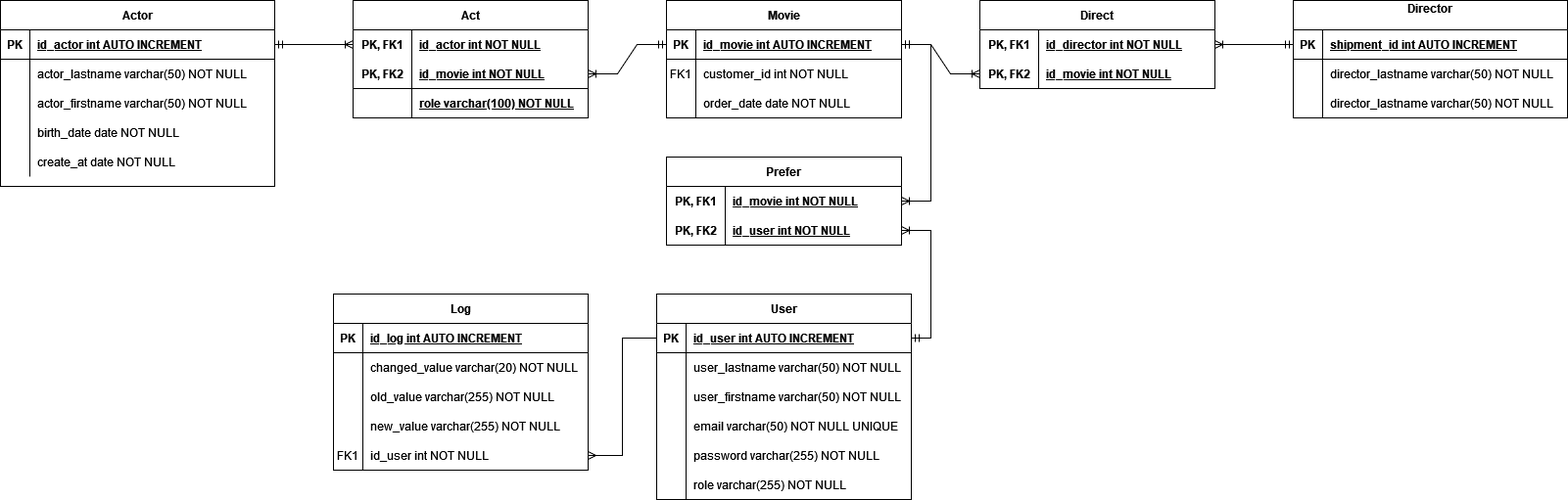
Before: Merise/MPD.png, a diagram exported from draw.io (Sarah-Katz/CDA-Brief-Merise). Source tidied: cells renumbered, new cells last; positions are measured from the earlier drawing's top-left corner, leaving out a move shared by most shapes.
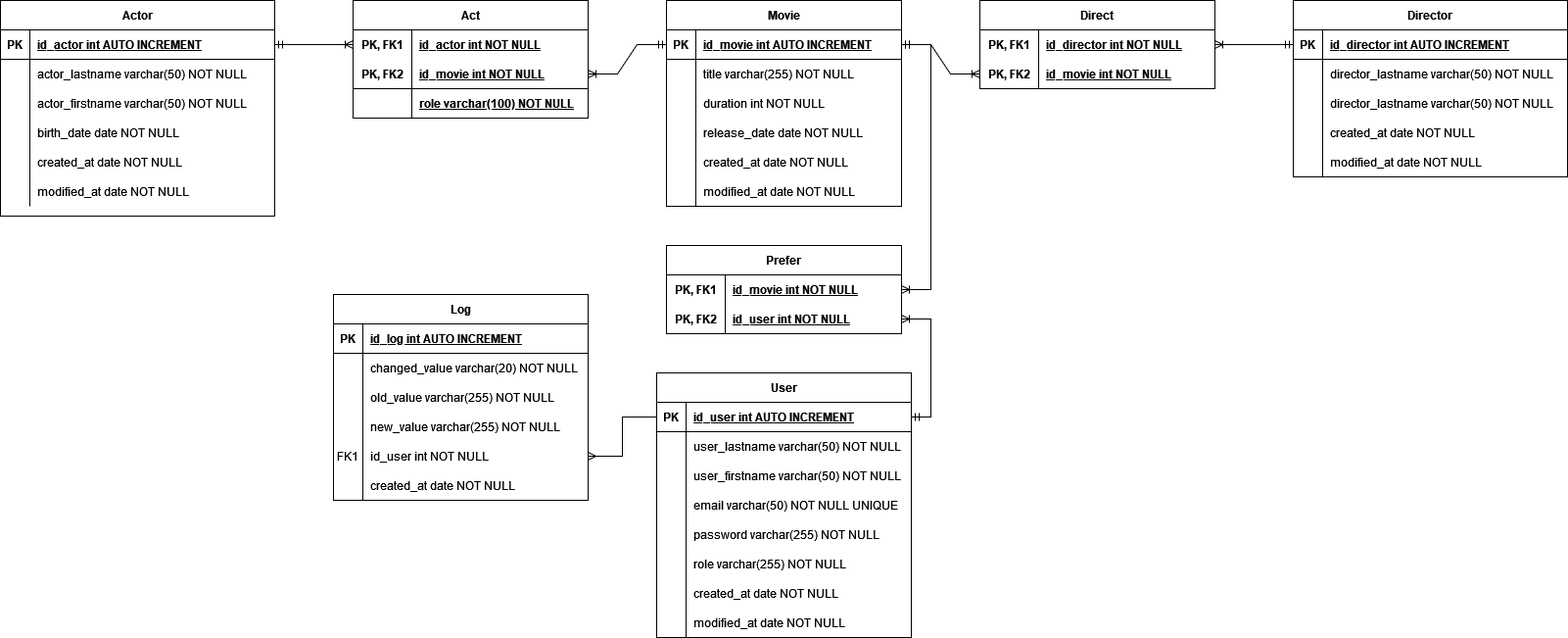
The same diagram one commit later.

Diff of the diagram source:
```diff
@@ -3,7 +3,7 @@
     <mxCell id="0" />
     <mxCell id="1" parent="0" />
     <mxCell id="2" value="Movie" style="shape=table;startSize=30;rowLines=0;fontStyle=1;align=center;" parent="1" vertex="1">
-      <mxGeometry x="680" width="240" height="120" as="geometry" />
+      <mxGeometry x="680" width="240" height="210" as="geometry" />
     </mxCell>
     <mxCell id="3" style="shape=partialRectangle;fillColor=none;points=[[0,0.5],[1,0.5]];portConstraint=eastwest;top=0;left=0;right=0;bottom=1;" parent="2" vertex="1">
       <mxGeometry y="30" width="240" height="30" as="geometry" />
@@ -17,10 +17,10 @@
     <mxCell id="6" style="shape=partialRectangle;fillColor=none;top=0;left=0;right=0;bottom=0;" parent="2" vertex="1">
       <mxGeometry y="60" width="240" height="30" as="geometry" />
     </mxCell>
-    <mxCell id="7" value="FK1" style="shape=partialRectangle;overflow=hidden;fillColor=none;top=0;left=0;bottom=0;right=0;" parent="6" vertex="1">
+    <mxCell id="7" style="shape=partialRectangle;overflow=hidden;fillColor=none;top=0;left=0;bottom=0;right=0;" parent="6" vertex="1">
       <mxGeometry width="30" height="30" as="geometry" />
     </mxCell>
-    <mxCell id="8" value="customer_id int NOT NULL" style="shape=partialRectangle;overflow=hidden;fillColor=none;top=0;left=0;bottom=0;right=0;align=left;spacingLeft=6;" parent="6" vertex="1">
+    <mxCell id="8" value="title varchar(255) NOT NULL" style="shape=partialRectangle;overflow=hidden;fillColor=none;top=0;left=0;bottom=0;right=0;align=left;spacingLeft=6;" parent="6" vertex="1">
       <mxGeometry x="30" width="210" height="30" as="geometry" />
     </mxCell>
     <mxCell id="9" style="shape=partialRectangle;fillColor=none;top=0;left=0;right=0;bottom=0;" parent="2" vertex="1">
@@ -29,11 +29,38 @@
     <mxCell id="10" style="shape=partialRectangle;overflow=hidden;fillColor=none;top=0;left=0;bottom=0;right=0;" parent="9" vertex="1">
       <mxGeometry width="30" height="30" as="geometry" />
     </mxCell>
-    <mxCell id="11" value="order_date date NOT NULL" style="shape=partialRectangle;overflow=hidden;fillColor=none;top=0;left=0;bottom=0;right=0;align=left;spacingLeft=6;" parent="9" vertex="1">
+    <mxCell id="11" value="duration int NOT NULL" style="shape=partialRectangle;overflow=hidden;fillColor=none;top=0;left=0;bottom=0;right=0;align=left;spacingLeft=6;" parent="9" vertex="1">
       <mxGeometry x="30" width="210" height="30" as="geometry" />
     </mxCell>
+    <mxCell id="104" style="shape=partialRectangle;fillColor=none;top=0;left=0;right=0;bottom=0;" parent="2" vertex="1">
+      <mxGeometry y="120" width="240" height="30" as="geometry" />
+    </mxCell>
+    <mxCell id="105" style="shape=partialRectangle;overflow=hidden;fillColor=none;top=0;left=0;bottom=0;right=0;" parent="104" vertex="1">
+      <mxGeometry width="30" height="30" as="geometry" />
+    </mxCell>
+    <mxCell id="106" value="release_date date NOT NULL" style="shape=partialRectangle;overflow=hidden;fillColor=none;top=0;left=0;bottom=0;right=0;align=left;spacingLeft=6;" parent="104" vertex="1">
+      <mxGeometry x="30" width="210" height="30" as="geometry" />
+    </mxCell>
+    <mxCell id="107" style="shape=partialRectangle;fillColor=none;top=0;left=0;right=0;bottom=0;" parent="2" vertex="1">
+      <mxGeometry y="150" width="240" height="30" as="geometry" />
+    </mxCell>
+    <mxCell id="108" style="shape=partialRectangle;overflow=hidden;fillColor=none;top=0;left=0;bottom=0;right=0;" parent="107" vertex="1">
+      <mxGeometry width="30" height="30" as="geometry" />
+    </mxCell>
+    <mxCell id="109" value="created_at date NOT NULL" style="shape=partialRectangle;overflow=hidden;fillColor=none;top=0;left=0;bottom=0;right=0;align=left;spacingLeft=6;" parent="107" vertex="1">
+      <mxGeometry x="30" width="210" height="30" as="geometry" />
+    </mxCell>
+    <mxCell id="110" style="shape=partialRectangle;fillColor=none;top=0;left=0;right=0;bottom=0;" parent="2" vertex="1">
+      <mxGeometry y="180" width="240" height="30" as="geometry" />
+    </mxCell>
+    <mxCell id="111" style="shape=partialRectangle;overflow=hidden;fillColor=none;top=0;left=0;bottom=0;right=0;" parent="110" vertex="1">
+      <mxGeometry width="30" height="30" as="geometry" />
+    </mxCell>
+    <mxCell id="112" value="modified_at date NOT NULL" style="shape=partialRectangle;overflow=hidden;fillColor=none;top=0;left=0;bottom=0;right=0;align=left;spacingLeft=6;" parent="110" vertex="1">
+      <mxGeometry x="30" width="210" height="30" as="geometry" />
+    </mxCell>
-    <mxCell id="12" value="Director&#10;" style="shape=table;startSize=30;rowLines=0;fontStyle=1;align=center;" parent="1" vertex="1">
-      <mxGeometry x="1320" width="280" height="120" as="geometry" />
+    <mxCell id="12" value="Director" style="shape=table;startSize=30;rowLines=0;fontStyle=1;align=center;" parent="1" vertex="1">
+      <mxGeometry x="1320" width="280" height="180" as="geometry" />
     </mxCell>
     <mxCell id="13" style="shape=partialRectangle;fillColor=none;points=[[0,0.5],[1,0.5]];portConstraint=eastwest;top=0;left=0;right=0;bottom=1;" parent="12" vertex="1">
       <mxGeometry y="30" width="280" height="30" as="geometry" />
@@ -41,7 +68,7 @@
     <mxCell id="14" value="PK" style="shape=partialRectangle;overflow=hidden;fillColor=none;top=0;left=0;bottom=0;right=0;fontStyle=1;" parent="13" vertex="1">
       <mxGeometry width="30" height="30" as="geometry" />
     </mxCell>
-    <mxCell id="15" value="shipment_id int AUTO INCREMENT " style="shape=partialRectangle;overflow=hidden;fillColor=none;top=0;left=0;bottom=0;right=0;align=left;spacingLeft=6;fontStyle=5;" parent="13" vertex="1">
+    <mxCell id="15" value="id_director int AUTO INCREMENT " style="shape=partialRectangle;overflow=hidden;fillColor=none;top=0;left=0;bottom=0;right=0;align=left;spacingLeft=6;fontStyle=5;" parent="13" vertex="1">
       <mxGeometry x="30" width="250" height="30" as="geometry" />
     </mxCell>
     <mxCell id="16" style="shape=partialRectangle;fillColor=none;top=0;left=0;right=0;bottom=0;" parent="12" vertex="1">
@@ -62,8 +89,26 @@
     <mxCell id="21" value="director_lastname varchar(50) NOT NULL" style="shape=partialRectangle;overflow=hidden;fillColor=none;top=0;left=0;bottom=0;right=0;align=left;spacingLeft=6;" parent="19" vertex="1">
       <mxGeometry x="30" width="250" height="30" as="geometry" />
     </mxCell>
+    <mxCell id="113" style="shape=partialRectangle;fillColor=none;top=0;left=0;right=0;bottom=0;" parent="12" vertex="1">
+      <mxGeometry y="120" width="280" height="30" as="geometry" />
+    </mxCell>
+    <mxCell id="114" style="shape=partialRectangle;overflow=hidden;fillColor=none;top=0;left=0;bottom=0;right=0;" parent="113" vertex="1">
+      <mxGeometry width="30" height="30" as="geometry" />
+    </mxCell>
+    <mxCell id="115" value="created_at date NOT NULL" style="shape=partialRectangle;overflow=hidden;fillColor=none;top=0;left=0;bottom=0;right=0;align=left;spacingLeft=6;" parent="113" vertex="1">
+      <mxGeometry x="30" width="250" height="30" as="geometry" />
+    </mxCell>
+    <mxCell id="116" style="shape=partialRectangle;fillColor=none;top=0;left=0;right=0;bottom=0;" parent="12" vertex="1">
+      <mxGeometry y="150" width="280" height="30" as="geometry" />
+    </mxCell>
+    <mxCell id="117" style="shape=partialRectangle;overflow=hidden;fillColor=none;top=0;left=0;bottom=0;right=0;" parent="116" vertex="1">
+      <mxGeometry width="30" height="30" as="geometry" />
+    </mxCell>
+    <mxCell id="118" value="modified_at date NOT NULL" style="shape=partialRectangle;overflow=hidden;fillColor=none;top=0;left=0;bottom=0;right=0;align=left;spacingLeft=6;" parent="116" vertex="1">
+      <mxGeometry x="30" width="250" height="30" as="geometry" />
+    </mxCell>
     <mxCell id="22" value="Actor" style="shape=table;startSize=30;rowLines=0;fontStyle=1;align=center;" parent="1" vertex="1">
-      <mxGeometry width="280" height="190" as="geometry" />
+      <mxGeometry width="280" height="220" as="geometry" />
     </mxCell>
     <mxCell id="23" style="shape=partialRectangle;fillColor=none;points=[[0,0.5],[1,0.5]];portConstraint=eastwest;top=0;left=0;right=0;bottom=1;" parent="22" vertex="1">
       <mxGeometry y="30" width="280" height="30" as="geometry" />
@@ -107,9 +152,18 @@
     <mxCell id="36" style="shape=partialRectangle;overflow=hidden;fillColor=none;top=0;left=0;bottom=0;right=0;" parent="35" vertex="1">
       <mxGeometry width="30" height="30" as="geometry" />
     </mxCell>
-    <mxCell id="37" value="create_at date NOT NULL" style="shape=partialRectangle;overflow=hidden;fillColor=none;top=0;left=0;bottom=0;right=0;align=left;spacingLeft=6;" parent="35" vertex="1">
+    <mxCell id="37" value="created_at date NOT NULL" style="shape=partialRectangle;overflow=hidden;fillColor=none;top=0;left=0;bottom=0;right=0;align=left;spacingLeft=6;" parent="35" vertex="1">
       <mxGeometry x="30" width="250" height="30" as="geometry" />
     </mxCell>
+    <mxCell id="119" style="shape=partialRectangle;fillColor=none;top=0;left=0;right=0;bottom=0;" parent="22" vertex="1">
+      <mxGeometry y="180" width="280" height="30" as="geometry" />
+    </mxCell>
+    <mxCell id="120" style="shape=partialRectangle;overflow=hidden;fillColor=none;top=0;left=0;bottom=0;right=0;" parent="119" vertex="1">
+      <mxGeometry width="30" height="30" as="geometry" />
+    </mxCell>
+    <mxCell id="121" value="modified_at date NOT NULL" style="shape=partialRectangle;overflow=hidden;fillColor=none;top=0;left=0;bottom=0;right=0;align=left;spacingLeft=6;" parent="119" vertex="1">
+      <mxGeometry x="30" width="250" height="30" as="geometry" />
+    </mxCell>
     <mxCell id="38" value="Act" style="shape=table;startSize=30;rowLines=0;fontStyle=1;align=center;html=1;whiteSpace=wrap;" parent="1" vertex="1">
       <mxGeometry x="360" width="240" height="120" as="geometry" />
     </mxCell>
@@ -174,7 +228,7 @@
       <mxGeometry relative="1" as="geometry" />
     </mxCell>
     <mxCell id="59" value="User" style="shape=table;startSize=30;rowLines=0;fontStyle=1;align=center;" parent="1" vertex="1">
-      <mxGeometry x="670" y="300" width="260" height="210" as="geometry" />
+      <mxGeometry x="670" y="380" width="260" height="270" as="geometry" />
     </mxCell>
     <mxCell id="60" style="shape=partialRectangle;fillColor=none;points=[[0,0.5],[1,0.5]];portConstraint=eastwest;top=0;left=0;right=0;bottom=1;" parent="59" vertex="1">
       <mxGeometry y="30" width="260" height="30" as="geometry" />
@@ -230,8 +284,26 @@
     <mxCell id="77" value="role varchar(255) NOT NULL" style="shape=partialRectangle;overflow=hidden;fillColor=none;top=0;left=0;bottom=0;right=0;align=left;spacingLeft=6;" parent="75" vertex="1">
       <mxGeometry x="30" width="230" height="30" as="geometry" />
     </mxCell>
+    <mxCell id="122" style="shape=partialRectangle;fillColor=none;top=0;left=0;right=0;bottom=0;" parent="59" vertex="1">
+      <mxGeometry y="210" width="260" height="30" as="geometry" />
+    </mxCell>
+    <mxCell id="123" style="shape=partialRectangle;overflow=hidden;fillColor=none;top=0;left=0;bottom=0;right=0;" parent="122" vertex="1">
+      <mxGeometry width="30" height="30" as="geometry" />
+    </mxCell>
+    <mxCell id="124" value="created_at date NOT NULL" style="shape=partialRectangle;overflow=hidden;fillColor=none;top=0;left=0;bottom=0;right=0;align=left;spacingLeft=6;" parent="122" vertex="1">
+      <mxGeometry x="30" width="230" height="30" as="geometry" />
+    </mxCell>
+    <mxCell id="125" style="shape=partialRectangle;fillColor=none;top=0;left=0;right=0;bottom=0;" parent="59" vertex="1">
+      <mxGeometry y="240" width="260" height="30" as="geometry" />
+    </mxCell>
+    <mxCell id="126" style="shape=partialRectangle;overflow=hidden;fillColor=none;top=0;left=0;bottom=0;right=0;" parent="125" vertex="1">
+      <mxGeometry width="30" height="30" as="geometry" />
+    </mxCell>
+    <mxCell id="127" value="modified_at date NOT NULL" style="shape=partialRectangle;overflow=hidden;fillColor=none;top=0;left=0;bottom=0;right=0;align=left;spacingLeft=6;" parent="125" vertex="1">
+      <mxGeometry x="30" width="230" height="30" as="geometry" />
+    </mxCell>
     <mxCell id="78" value="Prefer" style="shape=table;startSize=30;rowLines=0;fontStyle=1;align=center;html=1;whiteSpace=wrap;" parent="1" vertex="1">
-      <mxGeometry x="680" y="160" width="240" height="90" as="geometry" />
+      <mxGeometry x="680" y="250" width="240" height="90" as="geometry" />
     </mxCell>
     <mxCell id="79" style="shape=tableRow;horizontal=0;startSize=0;swimlaneHead=0;swimlaneBody=0;fillColor=none;points=[[0,0.5],[1,0.5]];portConstraint=eastwest;top=0;left=0;right=0;bottom=0;html=1;" parent="78" vertex="1">
       <mxGeometry y="30" width="240" height="30" as="geometry" />
@@ -258,7 +330,7 @@
       <mxGeometry relative="1" as="geometry" />
     </mxCell>
     <mxCell id="87" value="Log" style="shape=table;startSize=30;rowLines=0;fontStyle=1;align=center;" parent="1" vertex="1">
-      <mxGeometry x="340" y="300" width="260" height="180" as="geometry" />
+      <mxGeometry x="340" y="300" width="260" height="210" as="geometry" />
     </mxCell>
     <mxCell id="88" style="shape=partialRectangle;fillColor=none;top=0;left=0;right=0;bottom=1;" parent="87" vertex="1">
       <mxGeometry y="30" width="260" height="30" as="geometry" />
@@ -305,6 +377,15 @@
     <mxCell id="102" value="id_user int NOT NULL" style="shape=partialRectangle;overflow=hidden;fillColor=none;top=0;left=0;bottom=0;right=0;align=left;spacingLeft=6;" parent="100" vertex="1">
       <mxGeometry x="30" width="230" height="30" as="geometry" />
     </mxCell>
+    <mxCell id="128" style="shape=partialRectangle;fillColor=none;top=0;left=0;right=0;bottom=0;" parent="87" vertex="1">
+      <mxGeometry y="180" width="260" height="30" as="geometry" />
+    </mxCell>
+    <mxCell id="129" style="shape=partialRectangle;overflow=hidden;fillColor=none;top=0;left=0;bottom=0;right=0;" parent="128" vertex="1">
+      <mxGeometry width="30" height="30" as="geometry" />
+    </mxCell>
+    <mxCell id="130" value="created_at date NOT NULL" style="shape=partialRectangle;overflow=hidden;fillColor=none;top=0;left=0;bottom=0;right=0;align=left;spacingLeft=6;" parent="128" vertex="1">
+      <mxGeometry x="30" width="230" height="30" as="geometry" />
+    </mxCell>
     <mxCell id="103" style="edgeStyle=orthogonalEdgeStyle;rounded=0;jettySize=auto;html=1;exitX=0;exitY=0.5;exitDx=0;exitDy=0;entryX=1;entryY=0.5;entryDx=0;entryDy=0;endArrow=ERmany;endFill=0;" parent="1" edge="1" source="60" target="100">
       <mxGeometry relative="1" as="geometry" />
     </mxCell>
```
